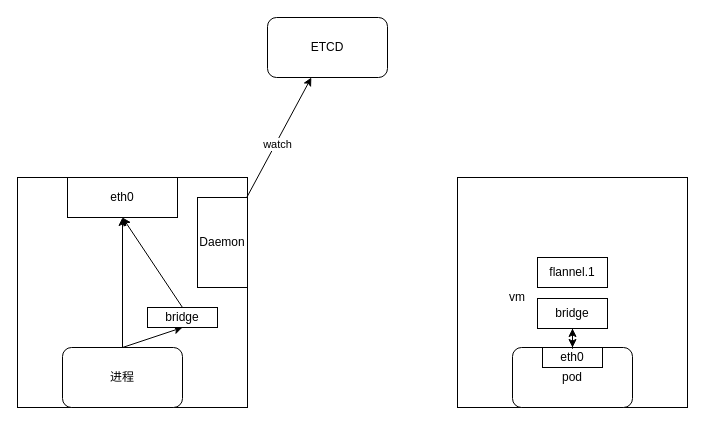
Before: pod-vm.drawio in helios741/plan, a draw.io diagram. Source tidied: cells renumbered, new cells numbered last; positions are measured from the earlier drawing's top-left corner, leaving out a move shared by most shapes. Both pictures are drawn from the tidied source at 100%, with x=0, y=0 at pixel (17, 17).
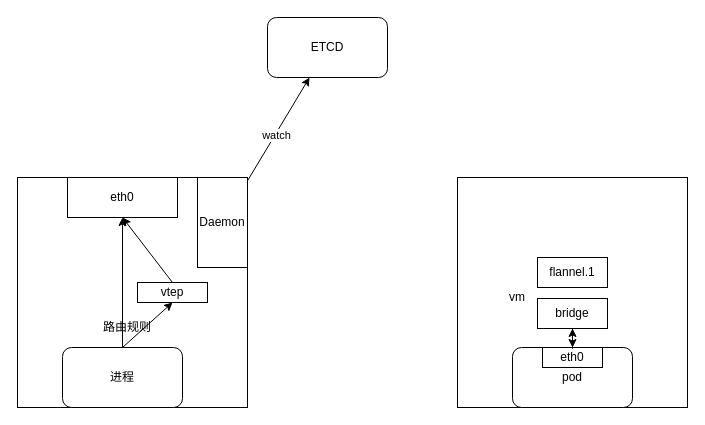
Above is the later version.

What changed in the source:
```diff
@@
     <mxCell id="17" value="Daemon" style="rounded=0;whiteSpace=wrap;html=1;" parent="1" vertex="1">
-      <mxGeometry x="180" y="180" width="50" height="90" as="geometry" />
+      <mxGeometry x="180" y="160" width="50" height="90" as="geometry" />
     </mxCell>
@@
-    <mxCell id="19" value="bridge" style="rounded=0;whiteSpace=wrap;html=1;" parent="1" vertex="1">
-      <mxGeometry x="130" y="290" width="70" height="20" as="geometry" />
+    <mxCell id="19" value="vtep" style="rounded=0;whiteSpace=wrap;html=1;" parent="1" vertex="1">
+      <mxGeometry x="120" y="265" width="70" height="20" as="geometry" />
     </mxCell>
+    <mxCell id="20" value="路由规则" style="text;html=1;strokeColor=none;fillColor=none;align=center;verticalAlign=middle;whiteSpace=wrap;rounded=0;" parent="1" vertex="1">
+      <mxGeometry x="80" y="300" width="60" height="20" as="geometry" />
+    </mxCell>
```
